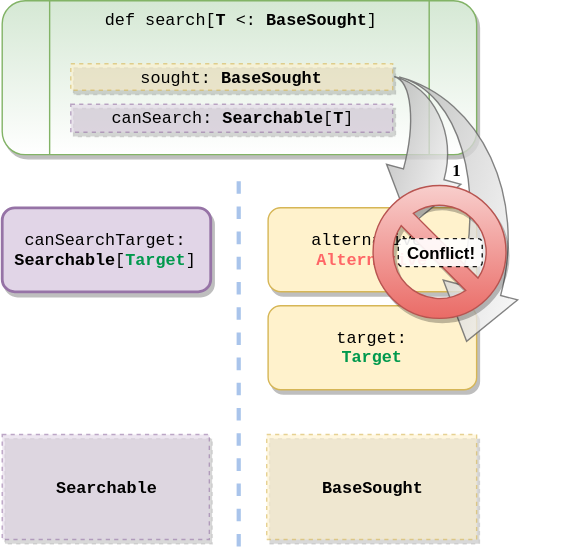
Earlier version of the draw.io export ordering_of_implicits_error.svg (KORPSE/korpse.github.io). Source tidied: cells renumbered, new cells last; positions are measured from the earlier drawing's top-left corner, leaving out a move shared by most shapes. Source of this version:
```xml
<mxGraphModel background="#ffffff">
  <root>
    <mxCell id="0" />
    <mxCell id="1" parent="0" />
    <mxCell id="2" value="&lt;b&gt;BaseSought&lt;/b&gt;" style="rounded=0;whiteSpace=wrap;html=1;shadow=1;glass=0;labelBackgroundColor=none;fontSize=12;dashed=1;fillColor=#fff2cc;strokeColor=#d6b656;opacity=60;fontFamily=Courier New;" parent="1" vertex="1">
      <mxGeometry x="189" y="310" width="150" height="75" as="geometry" />
    </mxCell>
    <mxCell id="3" value="target:&lt;div&gt;&lt;font color=&quot;#00994d&quot;&gt;&lt;b&gt;Target&lt;/b&gt;&lt;/font&gt;&lt;/div&gt;" style="rounded=1;whiteSpace=wrap;html=1;shadow=1;glass=0;labelBackgroundColor=none;fontSize=12;fillColor=#fff2cc;strokeColor=#d6b656;strokeWidth=1;fontFamily=Courier New;" parent="1" vertex="1">
      <mxGeometry x="190" y="218" width="149" height="60" as="geometry" />
    </mxCell>
    <mxCell id="4" value="alternative: &lt;font color=&quot;#ff6666&quot;&gt;&lt;b&gt;Alternative&lt;/b&gt;&lt;/font&gt;" style="rounded=1;whiteSpace=wrap;html=1;shadow=1;glass=0;labelBackgroundColor=none;fontSize=12;fillColor=#fff2cc;strokeColor=#d6b656;fontFamily=Courier New;" parent="1" vertex="1">
      <mxGeometry x="190" y="148" width="149" height="60" as="geometry" />
    </mxCell>
    <mxCell id="5" value="def search[&lt;b&gt;T&lt;/b&gt; &amp;lt;: &lt;b&gt;BaseSought&lt;/b&gt;]" style="shape=process;whiteSpace=wrap;html=1;rounded=1;shadow=1;glass=0;labelBackgroundColor=none;fontSize=12;horizontal=1;verticalAlign=top;fillColor=#d5e8d4;strokeColor=#82b366;gradientColor=#ffffff;fontFamily=Courier New;" parent="1" vertex="1">
      <mxGeometry width="339" height="110" as="geometry" />
    </mxCell>
    <mxCell id="6" value="Searchable" style="rounded=0;whiteSpace=wrap;html=1;shadow=1;glass=0;labelBackgroundColor=none;fontSize=12;dashed=1;fillColor=#e1d5e7;strokeColor=#9673a6;opacity=60;fontFamily=Courier New;fontStyle=1;" parent="1" vertex="1">
      <mxGeometry y="310" width="148" height="75" as="geometry" />
    </mxCell>
    <mxCell id="7" value="&lt;p&gt;canSearchTarget: &lt;b&gt;Searchable&lt;/b&gt;[&lt;font color=&quot;#00994d&quot;&gt;&lt;b&gt;Target&lt;/b&gt;&lt;/font&gt;]&lt;/p&gt;" style="rounded=1;whiteSpace=wrap;html=1;shadow=1;glass=0;labelBackgroundColor=none;fontSize=12;fillColor=#e1d5e7;strokeColor=#9673a6;strokeWidth=2;fontFamily=Courier New;" parent="1" vertex="1">
      <mxGeometry y="148" width="149" height="60" as="geometry" />
    </mxCell>
    <mxCell id="8" value="sought: &lt;b&gt;BaseSought&lt;/b&gt;" style="rounded=0;whiteSpace=wrap;html=1;shadow=1;glass=0;labelBackgroundColor=none;fontSize=12;dashed=1;fillColor=#fff2cc;strokeColor=#d6b656;opacity=60;fontFamily=Courier New;" parent="1" vertex="1">
      <mxGeometry x="49" y="45" width="230" height="19" as="geometry" />
    </mxCell>
    <mxCell id="9" style="endArrow=none;html=1;shadow=0;strokeColor=#A9C4EB;fillColor=#ffcc99;gradientColor=#ffffff;fontSize=12;dashed=1;strokeWidth=3;" parent="1" edge="1">
      <mxGeometry relative="1" as="geometry">
        <mxPoint x="169" y="390" as="sourcePoint" />
        <mxPoint x="169" y="120" as="targetPoint" />
      </mxGeometry>
    </mxCell>
    <mxCell id="10" value="canSearch: &lt;b&gt;Searchable&lt;/b&gt;[&lt;b&gt;T&lt;/b&gt;]" style="rounded=0;whiteSpace=wrap;html=1;shadow=1;glass=0;labelBackgroundColor=none;fontSize=12;dashed=1;fillColor=#e1d5e7;strokeColor=#9673a6;opacity=60;fontFamily=Courier New;" parent="1" vertex="1">
      <mxGeometry x="49" y="74" width="230" height="20" as="geometry" />
    </mxCell>
    <mxCell id="11" style="html=1;shadow=0;dashed=0;align=center;verticalAlign=middle;shape=mxgraph.arrows2.jumpInArrow;dy=15;dx=38;arrowHead=55;rounded=1;glass=0;labelBackgroundColor=none;fontSize=12;rotation=105;fillColor=#f5f5f5;strokeColor=#666666;opacity=80;gradientColor=#b3b3b3;" parent="1" vertex="1">
      <mxGeometry x="249" y="78" width="100" height="66" as="geometry" />
    </mxCell>
    <mxCell id="12" style="html=1;shadow=0;dashed=0;align=center;verticalAlign=middle;shape=mxgraph.arrows2.jumpInArrow;dy=15;dx=38;arrowHead=55;rounded=1;glass=0;labelBackgroundColor=none;fontSize=12;rotation=105;fillColor=#f5f5f5;strokeColor=#666666;opacity=80;gradientColor=#b3b3b3;" parent="1" vertex="1">
      <mxGeometry x="236" y="91" width="170" height="123" as="geometry" />
    </mxCell>
    <mxCell id="13" style="verticalLabelPosition=bottom;verticalAlign=top;html=1;strokeWidth=1;shape=mxgraph.basic.no_symbol;rounded=1;shadow=1;glass=0;labelBackgroundColor=none;fillColor=#f8cecc;fontFamily=Helvetica;fontSize=15;strokeColor=#b85450;gradientColor=#ea6b66;" parent="1" vertex="1">
      <mxGeometry x="265" y="132" width="95" height="95" as="geometry" />
    </mxCell>
    <mxCell id="14" value="1" style="text;html=1;strokeColor=none;fillColor=none;align=center;verticalAlign=middle;whiteSpace=wrap;rounded=1;shadow=1;glass=0;labelBackgroundColor=none;fontSize=12;fontFamily=Verdana;strokeWidth=1;fontStyle=1;" parent="1" vertex="1">
      <mxGeometry x="304" y="111" width="40" height="20" as="geometry" />
    </mxCell>
    <mxCell id="15" value="&lt;b&gt;Conflict!&lt;/b&gt;" style="text;html=1;strokeColor=#000000;fillColor=#ffffff;align=center;verticalAlign=middle;whiteSpace=wrap;rounded=1;shadow=0;glass=0;dashed=1;labelBackgroundColor=none;fontFamily=Helvetica;fontSize=12;comic=0;opacity=90;" parent="1" vertex="1">
      <mxGeometry x="283" y="170" width="60" height="20" as="geometry" />
    </mxCell>
  </root>
</mxGraphModel>
```
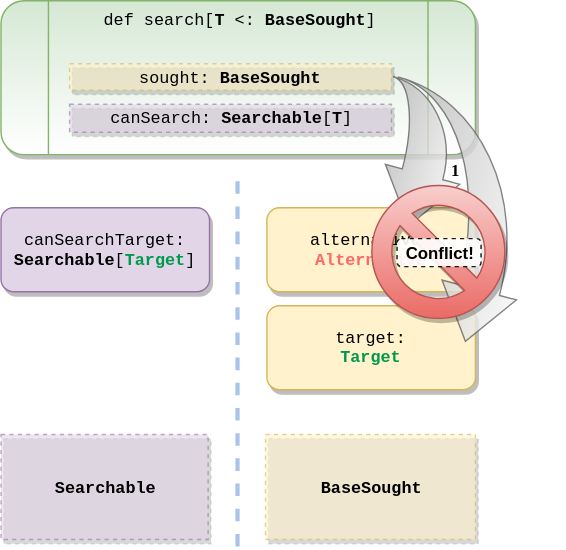
The same diagram one commit later.

What changed in the source:
```diff
@@ -17,7 +17,7 @@
     <mxCell id="6" value="Searchable" style="rounded=0;whiteSpace=wrap;html=1;shadow=1;glass=0;labelBackgroundColor=none;fontSize=12;dashed=1;fillColor=#e1d5e7;strokeColor=#9673a6;opacity=60;fontFamily=Courier New;fontStyle=1;" parent="1" vertex="1">
       <mxGeometry y="310" width="148" height="75" as="geometry" />
     </mxCell>
-    <mxCell id="7" value="&lt;p&gt;canSearchTarget: &lt;b&gt;Searchable&lt;/b&gt;[&lt;font color=&quot;#00994d&quot;&gt;&lt;b&gt;Target&lt;/b&gt;&lt;/font&gt;]&lt;/p&gt;" style="rounded=1;whiteSpace=wrap;html=1;shadow=1;glass=0;labelBackgroundColor=none;fontSize=12;fillColor=#e1d5e7;strokeColor=#9673a6;strokeWidth=2;fontFamily=Courier New;" parent="1" vertex="1">
+    <mxCell id="7" value="&lt;p&gt;canSearchTarget: &lt;b&gt;Searchable&lt;/b&gt;[&lt;font color=&quot;#00994d&quot;&gt;&lt;b&gt;Target&lt;/b&gt;&lt;/font&gt;]&lt;/p&gt;" style="rounded=1;whiteSpace=wrap;html=1;shadow=1;glass=0;labelBackgroundColor=none;fontSize=12;fillColor=#e1d5e7;strokeColor=#9673a6;strokeWidth=1;fontFamily=Courier New;" parent="1" vertex="1">
       <mxGeometry y="148" width="149" height="60" as="geometry" />
     </mxCell>
     <mxCell id="8" value="sought: &lt;b&gt;BaseSought&lt;/b&gt;" style="rounded=0;whiteSpace=wrap;html=1;shadow=1;glass=0;labelBackgroundColor=none;fontSize=12;dashed=1;fillColor=#fff2cc;strokeColor=#d6b656;opacity=60;fontFamily=Courier New;" parent="1" vertex="1">
```
